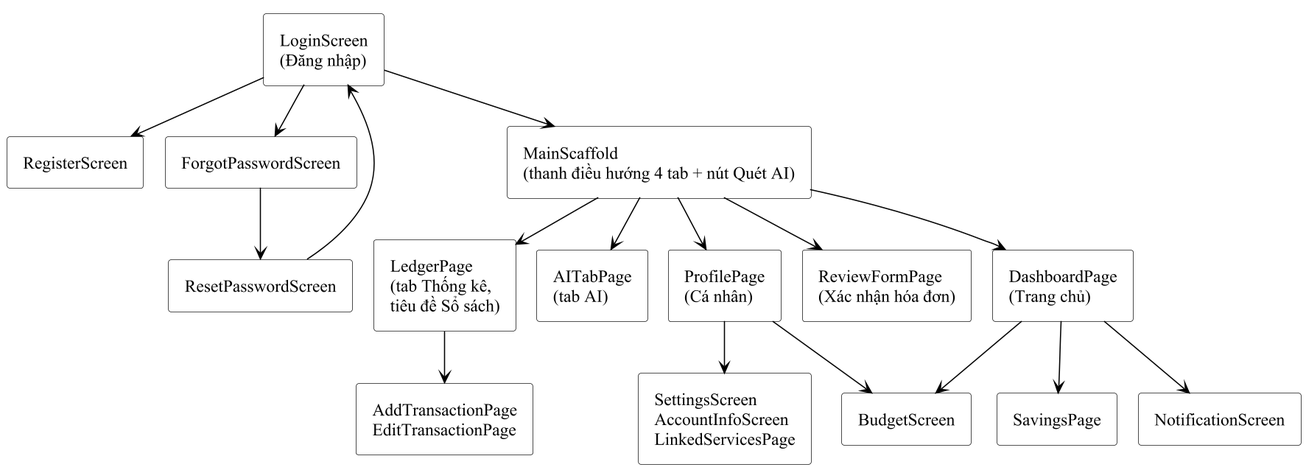
The PlantUML diagram docs/thesis/diagrams/ch3_dieu_huong_di_dong.png in TriPhan15/donutpay-monorepo, before a commit.
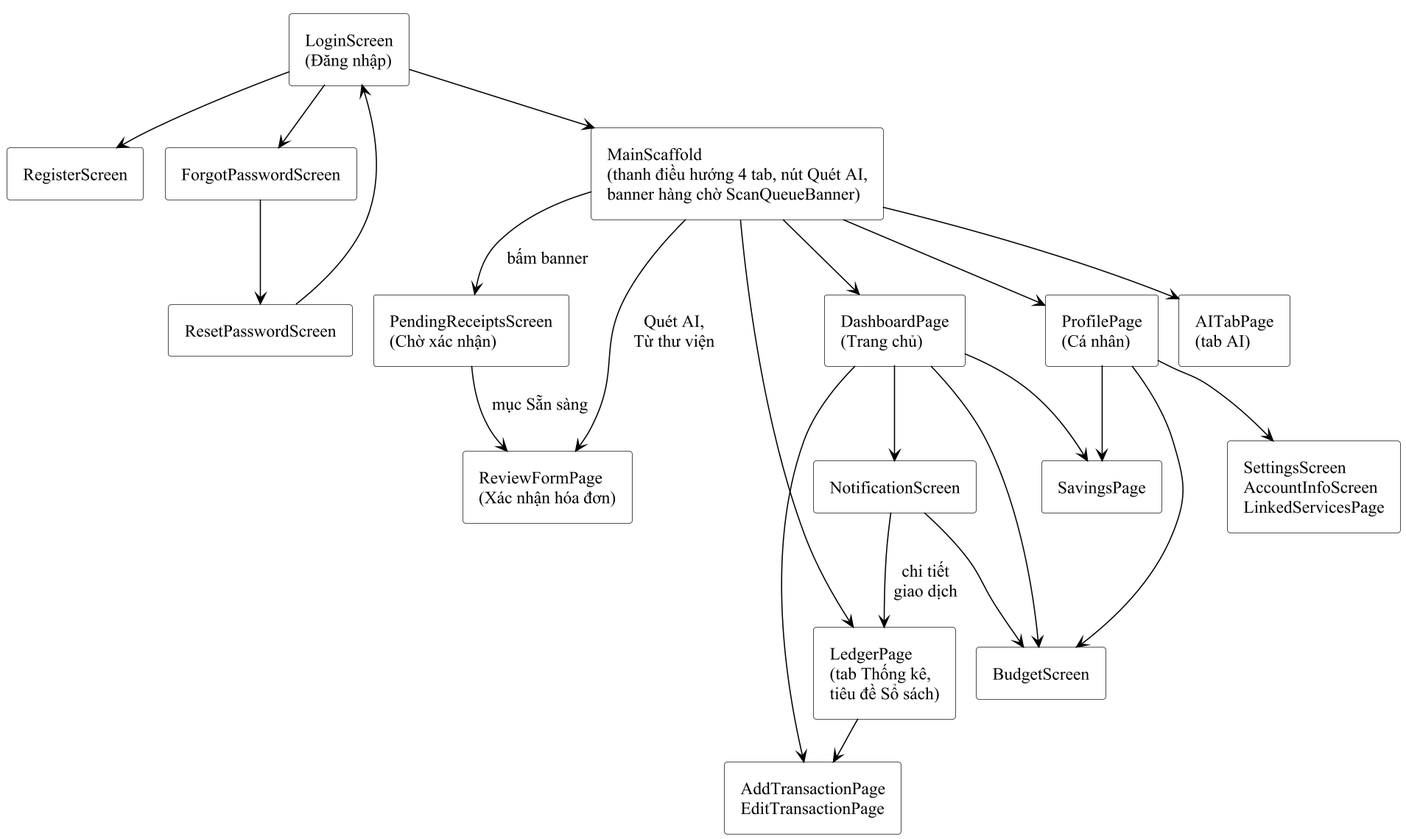
The same diagram one commit later.

Commit message:
docs(thesis): v9 fixes stale facts, redraws budget/navigation/class diagrams, reviews the v8 sections

Change to the diagram source:
```diff
@@ -9,11 +9,12 @@
 rectangle "RegisterScreen" as REG
 rectangle "ForgotPasswordScreen" as FORGOT
 rectangle "ResetPasswordScreen" as RESET
-rectangle "MainScaffold\n(thanh điều hướng 4 tab + nút Quét AI)" as MAIN
+rectangle "MainScaffold\n(thanh điều hướng 4 tab, nút Quét AI,\nbanner hàng chờ ScanQueueBanner)" as MAIN
 rectangle "DashboardPage\n(Trang chủ)" as DASH
 rectangle "LedgerPage\n(tab Thống kê,\ntiêu đề Sổ sách)" as LEDGER
 rectangle "AITabPage\n(tab AI)" as AI
 rectangle "ProfilePage\n(Cá nhân)" as PROFILE
+rectangle "PendingReceiptsScreen\n(Chờ xác nhận)" as PENDING
 rectangle "ReviewFormPage\n(Xác nhận hóa đơn)" as REVIEW
 rectangle "AddTransactionPage\nEditTransactionPage" as TX
 rectangle "BudgetScreen" as BUDGET
@@ -30,11 +31,17 @@
 MAIN --> LEDGER
 MAIN --> AI
 MAIN --> PROFILE
-MAIN --> REVIEW
+MAIN --> REVIEW : Quét AI,\nTừ thư viện
+MAIN --> PENDING : bấm banner
+PENDING --> REVIEW : mục Sẵn sàng
 LEDGER --> TX
+DASH --> TX
 DASH --> BUDGET
 DASH --> NOTI
 DASH --> SAV
+NOTI --> BUDGET
+NOTI --> LEDGER : chi tiết\ngiao dịch
 PROFILE --> SET
+PROFILE --> SAV
 PROFILE --> BUDGET
 @enduml
```
